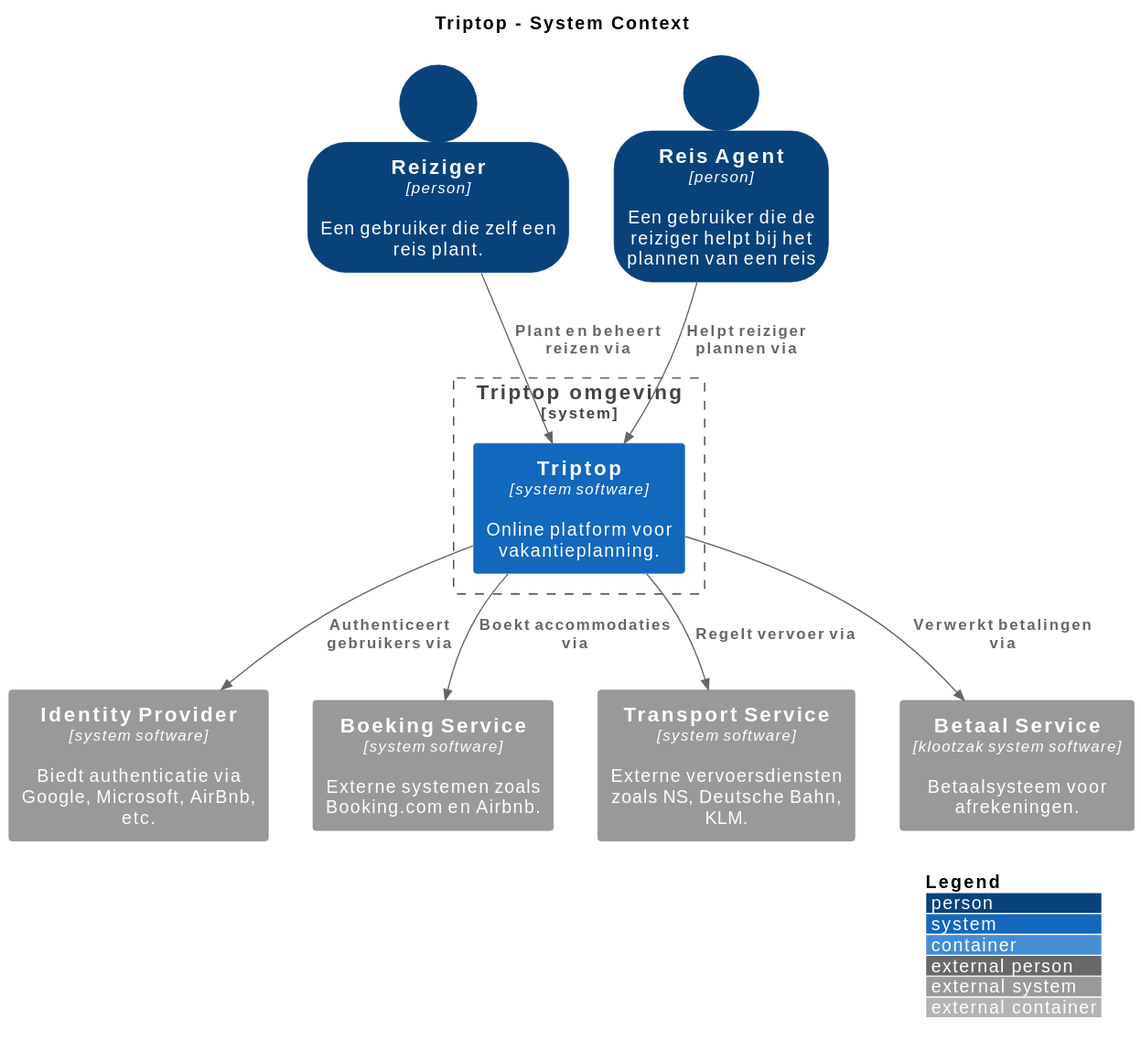
This is opdracht-diagrammen/Context_Diagram_groep_3_Pedro.svg from AIM-ENE-feb25/triptop-groep-3-pedro-ramon-mees, a PlantUML export, as it was before one commit.
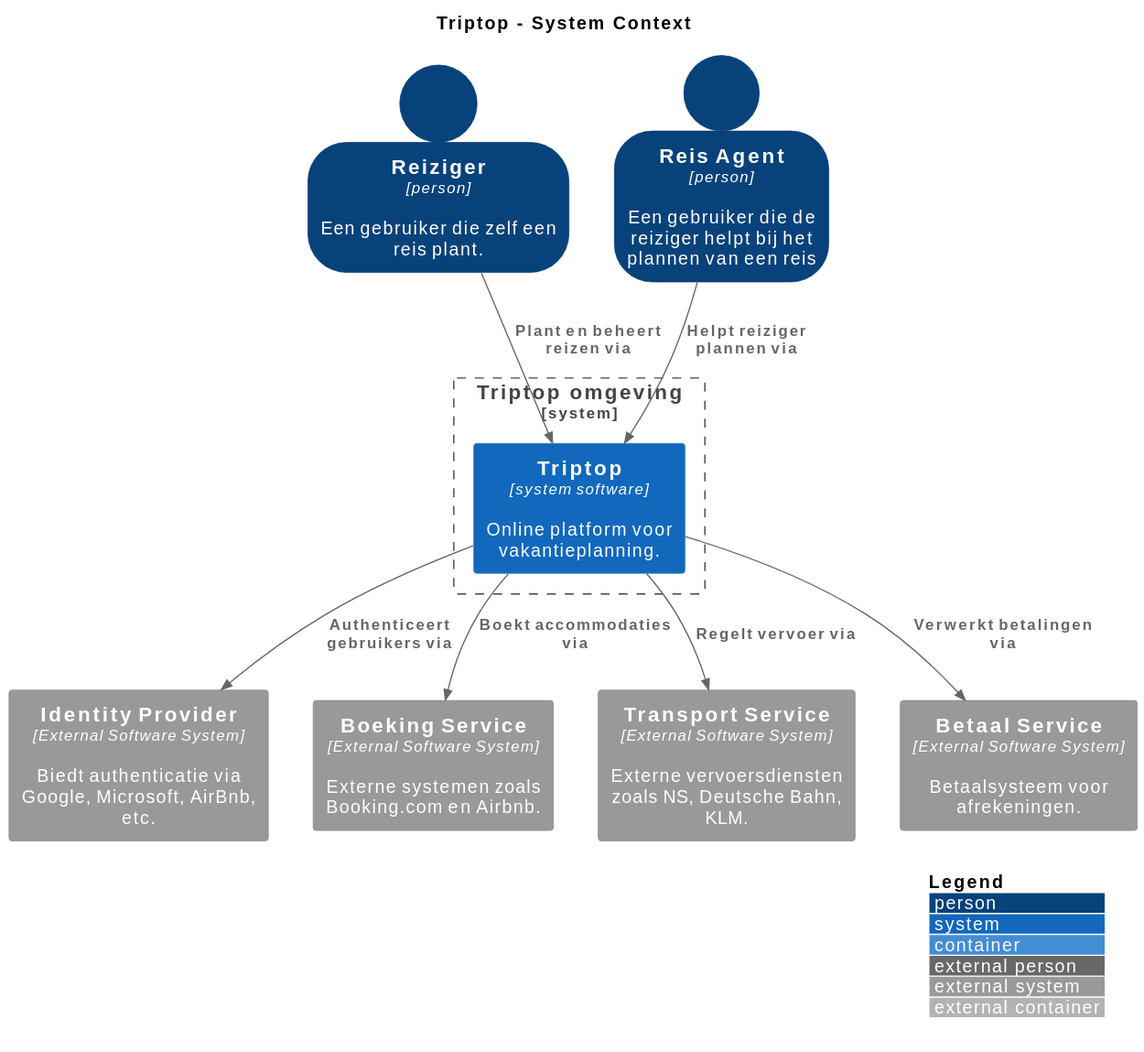
The same diagram one commit later.

Commit message:
Added dynamic diagrams and killed some bugs

The edit, as a diff of the source:
```diff
@@ -17,10 +17,10 @@
     System(Triptop, "Triptop", "Online platform voor vakantieplanning.", $tags="software system",$type="system software")
 }
 
-System_Ext(IdentityProvider, "Identity Provider", "Biedt authenticatie via Google, Microsoft, AirBnb, etc.", $tags="software system",$type="system software")
-System_Ext(BoekingService, "Boeking Service", "Externe systemen zoals Booking.com en Airbnb.", $tags="software system",$type="system software")
-System_Ext(TransportService, "Transport Service", "Externe vervoersdiensten zoals NS, Deutsche Bahn, KLM.", $tags="software system",$type="system software")
-System_Ext(BetaalService, "Betaal Service", "Betaalsysteem voor afrekeningen.", $tags="software system",$type="klootzak system software")
+System_Ext(IdentityProvider, "Identity Provider", "Biedt authenticatie via Google, Microsoft, AirBnb, etc.", $tags="software system",$type="External Software System")
+System_Ext(BoekingService, "Boeking Service", "Externe systemen zoals Booking.com en Airbnb.", $tags="software system",$type="External Software System")
+System_Ext(TransportService, "Transport Service", "Externe vervoersdiensten zoals NS, Deutsche Bahn, KLM.", $tags="software system",$type="External Software System")
+System_Ext(BetaalService, "Betaal Service", "Betaalsysteem voor afrekeningen.", $tags="software system",$type="External Software System")
 AddExternalSystemTag(BetaalService, )
 Rel(Triptop, IdentityProvider, "Authenticeert gebruikers via")
 Rel(Triptop, BoekingService, "Boekt accommodaties via")
```
